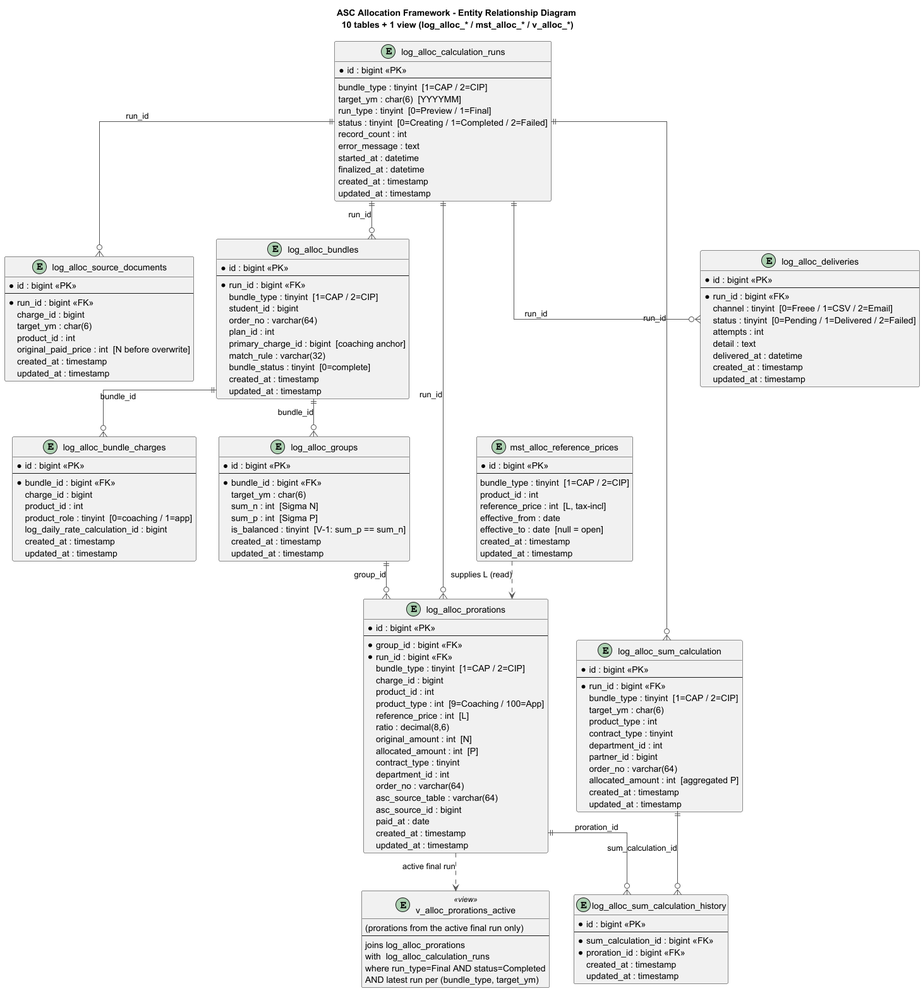
Above: projects/asca/documentation/diagrams/erd/asc-alloc-schema.png in bizmatesph-noel-palo/bizmates-dev-context (PlantUML), before the change.
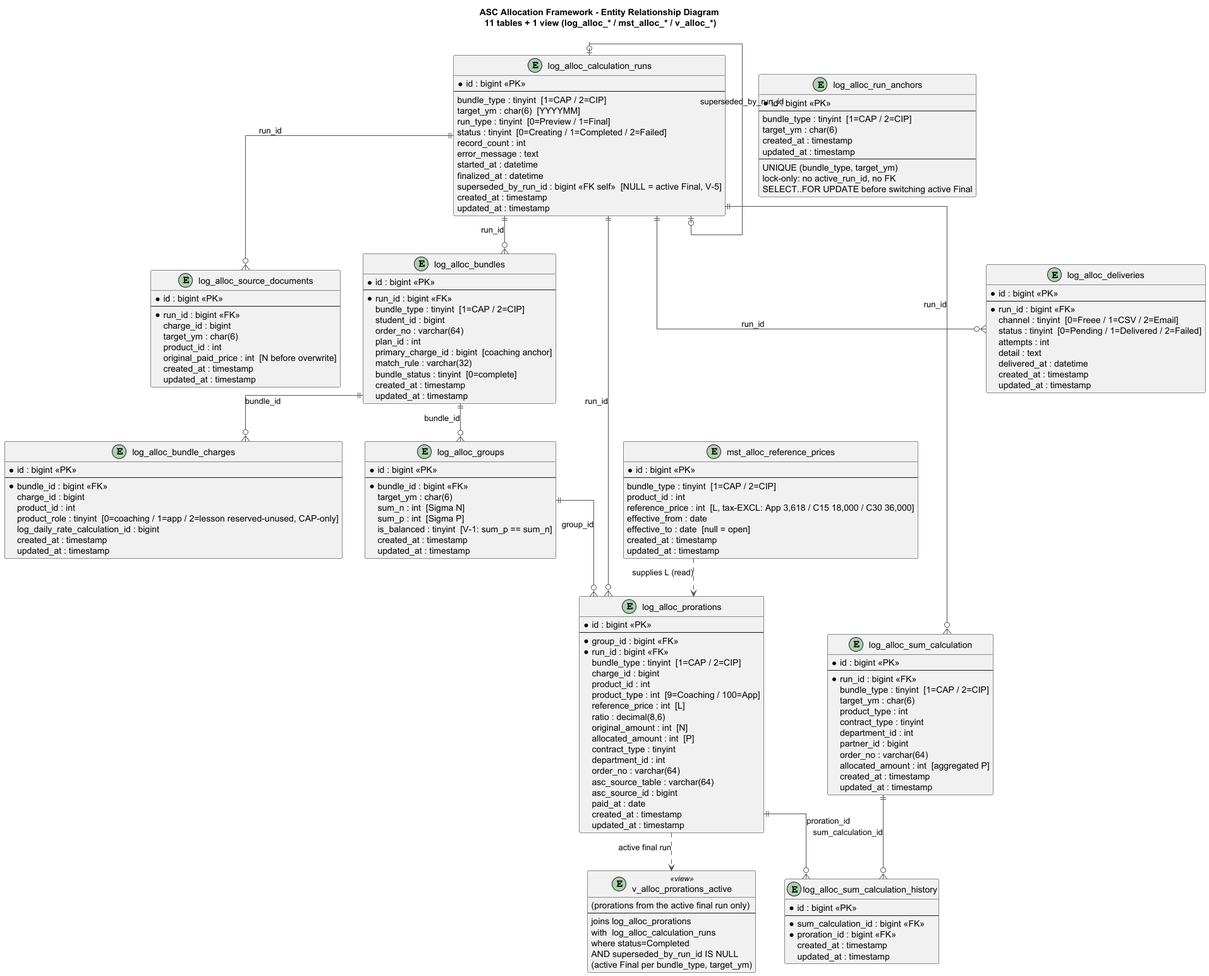
After the change.

What changed in the source:
```diff
@@ -1,5 +1,5 @@
 @startuml erd_asc_alloc_schema
-title ASC Allocation Framework - Entity Relationship Diagram \n10 tables + 1 view (log_alloc_* / mst_alloc_* / v_alloc_*)
+title ASC Allocation Framework - Entity Relationship Diagram \n11 tables + 1 view (log_alloc_* / mst_alloc_* / v_alloc_*)
 
 skinparam linetype ortho
 skinparam entity {
@@ -23,6 +23,7 @@
     error_message : text
     started_at : datetime
     finalized_at : datetime
+    superseded_by_run_id : bigint <<FK self>>  [NULL = active Final, V-5]
     created_at : timestamp
     updated_at : timestamp
 }
@@ -62,7 +63,7 @@
     * bundle_id : bigint <<FK>>
     charge_id : bigint
     product_id : int
-    product_role : tinyint  [0=coaching / 1=app]
+    product_role : tinyint  [0=coaching / 1=app / 2=lesson reserved-unused, CAP-only]
     log_daily_rate_calculation_id : bigint
     created_at : timestamp
     updated_at : timestamp
@@ -110,7 +111,7 @@
     --
     bundle_type : tinyint  [1=CAP / 2=CIP]
     product_id : int
-    reference_price : int  [L, tax-incl]
+    reference_price : int  [L, tax-EXCL: App 3,618 / C15 18,000 / C30 36,000]
     effective_from : date
     effective_to : date  [null = open]
     created_at : timestamp
@@ -158,14 +159,32 @@
 }
 
 
+entity "log_alloc_run_anchors" as run_anchors {
+    * id : bigint <<PK>>
+    --
+    bundle_type : tinyint  [1=CAP / 2=CIP]
+    target_ym : char(6)
+    created_at : timestamp
+    updated_at : timestamp
+    --
+    UNIQUE (bundle_type, target_ym)
+    lock-only: no active_run_id, no FK
+    SELECT..FOR UPDATE before switching active Final
+}
+
+
 entity "v_alloc_prorations_active" as v_active <<view>> {
     (prorations from the active final run only)
     --
     joins log_alloc_prorations
     with  log_alloc_calculation_runs
-    where run_type=Final AND status=Completed
-      AND latest run per (bundle_type, target_ym)
+    where status=Completed
+      AND superseded_by_run_id IS NULL
+      (active Final per bundle_type, target_ym)
 }
+
+
+runs        |o--o| runs           : "superseded_by_run_id"
 
 
 runs        ||--o{ source_docs    : "run_id"
```
